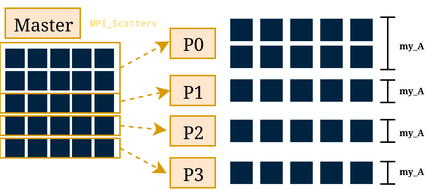
Before: docs/drawings/hpc-proj-scatterv.drawio.png, a diagram exported from draw.io (chirichexe/hpc-project). Source tidied: cells renumbered, new cells last; positions are measured from the earlier drawing's top-left corner, leaving out a move shared by most shapes.
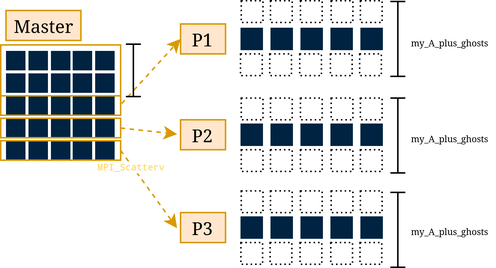
After the change.

What changed in the source:
```diff
@@ -5,101 +5,63 @@
     <mxCell id="2" style="whiteSpace=wrap;html=1;fillColor=#002341;fontColor=#ffffff;strokeColor=none;" parent="1" vertex="1">
       <mxGeometry x="33.5" y="32.5" width="13" height="13" as="geometry" />
     </mxCell>
-    <mxCell id="3" style="whiteSpace=wrap;html=1;fillColor=#002341;fontColor=#ffffff;strokeColor=none;strokeWidth=1;dashed=1;dashPattern=1 1;" parent="1" vertex="1">
-      <mxGeometry x="153.5" y="12.5" width="15" height="15" as="geometry" />
-    </mxCell>
-    <mxCell id="4" style="rounded=0;jettySize=auto;html=1;fillColor=#ffe6cc;strokeColor=#d79b00;exitX=1;exitY=0.5;exitDx=0;exitDy=0;dashed=1;entryX=-0.018;entryY=0.432;entryDx=0;entryDy=0;entryPerimeter=0;" parent="1" edge="1" target="6">
-      <mxGeometry relative="1" as="geometry">
-        <mxPoint x="80" y="45.5" as="sourcePoint" />
-      </mxGeometry>
-    </mxCell>
     <mxCell id="5" value="Master" style="rounded=0;whiteSpace=wrap;html=1;fillColor=#ffe6cc;strokeColor=#d79b00;" parent="1" vertex="1">
       <mxGeometry x="3.5" y="5.5" width="50" height="20" as="geometry" />
     </mxCell>
-    <mxCell id="6" value="P0" style="rounded=0;whiteSpace=wrap;html=1;fillColor=#ffe6cc;strokeColor=#d79b00;" parent="1" vertex="1">
-      <mxGeometry x="113.5" y="19" width="30" height="20" as="geometry" />
-    </mxCell>
     <mxCell id="7" value="P1" style="rounded=0;whiteSpace=wrap;html=1;fillColor=#ffe6cc;strokeColor=#d79b00;" parent="1" vertex="1">
-      <mxGeometry x="113.5" y="50.5" width="30" height="20" as="geometry" />
+      <mxGeometry x="120" y="14.5" width="30" height="20" as="geometry" />
     </mxCell>
     <mxCell id="8" value="P3" style="rounded=0;whiteSpace=wrap;html=1;fillColor=#ffe6cc;strokeColor=#d79b00;" parent="1" vertex="1">
-      <mxGeometry x="113.5" y="105.5" width="30" height="20" as="geometry" />
+      <mxGeometry x="120" y="140.5" width="30" height="20" as="geometry" />
     </mxCell>
     <mxCell id="9" value="P2" style="rounded=0;whiteSpace=wrap;html=1;fillColor=#ffe6cc;strokeColor=#d79b00;" parent="1" vertex="1">
-      <mxGeometry x="113.5" y="77.5" width="30" height="20" as="geometry" />
+      <mxGeometry x="120" y="78.5" width="30" height="20" as="geometry" />
     </mxCell>
-    <mxCell id="10" style="whiteSpace=wrap;html=1;fillColor=#002341;fontColor=#ffffff;strokeColor=none;strokeWidth=1;dashed=1;dashPattern=1 1;" parent="1" vertex="1">
-      <mxGeometry x="173.5" y="12.5" width="15" height="15" as="geometry" />
-    </mxCell>
-    <mxCell id="11" style="whiteSpace=wrap;html=1;fillColor=#002341;fontColor=#ffffff;strokeColor=none;strokeWidth=1;dashed=1;dashPattern=1 1;" parent="1" vertex="1">
-      <mxGeometry x="193.5" y="12.5" width="15" height="15" as="geometry" />
-    </mxCell>
-    <mxCell id="12" style="whiteSpace=wrap;html=1;fillColor=#002341;fontColor=#ffffff;strokeColor=none;strokeWidth=1;dashed=1;dashPattern=1 1;" parent="1" vertex="1">
-      <mxGeometry x="213.5" y="12.5" width="15" height="15" as="geometry" />
-    </mxCell>
-    <mxCell id="13" style="whiteSpace=wrap;html=1;fillColor=#002341;fontColor=#ffffff;strokeColor=none;strokeWidth=1;dashed=1;dashPattern=1 1;" parent="1" vertex="1">
-      <mxGeometry x="233.5" y="12.5" width="15" height="15" as="geometry" />
-    </mxCell>
     <mxCell id="14" style="whiteSpace=wrap;html=1;fillColor=#002341;fontColor=#ffffff;strokeColor=none;strokeWidth=1;dashed=1;dashPattern=1 1;" parent="1" vertex="1">
-      <mxGeometry x="153.5" y="53" width="15" height="15" as="geometry" />
+      <mxGeometry x="160" y="17" width="15" height="15" as="geometry" />
     </mxCell>
     <mxCell id="15" style="whiteSpace=wrap;html=1;fillColor=#002341;fontColor=#ffffff;strokeColor=none;strokeWidth=1;dashed=1;dashPattern=1 1;" parent="1" vertex="1">
-      <mxGeometry x="173.5" y="53" width="15" height="15" as="geometry" />
+      <mxGeometry x="180" y="17" width="15" height="15" as="geometry" />
     </mxCell>
     <mxCell id="16" style="whiteSpace=wrap;html=1;fillColor=#002341;fontColor=#ffffff;strokeColor=none;strokeWidth=1;dashed=1;dashPattern=1 1;" parent="1" vertex="1">
-      <mxGeometry x="193.5" y="53" width="15" height="15" as="geometry" />
+      <mxGeometry x="200" y="17" width="15" height="15" as="geometry" />
     </mxCell>
     <mxCell id="17" style="whiteSpace=wrap;html=1;fillColor=#002341;fontColor=#ffffff;strokeColor=none;strokeWidth=1;dashed=1;dashPattern=1 1;" parent="1" vertex="1">
-      <mxGeometry x="213.5" y="53" width="15" height="15" as="geometry" />
+      <mxGeometry x="220" y="17" width="15" height="15" as="geometry" />
     </mxCell>
     <mxCell id="18" style="whiteSpace=wrap;html=1;fillColor=#002341;fontColor=#ffffff;strokeColor=none;strokeWidth=1;dashed=1;dashPattern=1 1;" parent="1" vertex="1">
-      <mxGeometry x="233.5" y="53" width="15" height="15" as="geometry" />
+      <mxGeometry x="240" y="17" width="15" height="15" as="geometry" />
     </mxCell>
     <mxCell id="19" style="whiteSpace=wrap;html=1;fillColor=#002341;fontColor=#ffffff;strokeColor=none;strokeWidth=1;dashed=1;dashPattern=1 1;" parent="1" vertex="1">
-      <mxGeometry x="153.5" y="80" width="15" height="15" as="geometry" />
+      <mxGeometry x="160" y="81" width="15" height="15" as="geometry" />
     </mxCell>
     <mxCell id="20" style="whiteSpace=wrap;html=1;fillColor=#002341;fontColor=#ffffff;strokeColor=none;strokeWidth=1;dashed=1;dashPattern=1 1;" parent="1" vertex="1">
-      <mxGeometry x="173.5" y="80" width="15" height="15" as="geometry" />
+      <mxGeometry x="180" y="81" width="15" height="15" as="geometry" />
     </mxCell>
     <mxCell id="21" style="whiteSpace=wrap;html=1;fillColor=#002341;fontColor=#ffffff;strokeColor=none;strokeWidth=1;dashed=1;dashPattern=1 1;" parent="1" vertex="1">
-      <mxGeometry x="193.5" y="80" width="15" height="15" as="geometry" />
+      <mxGeometry x="200" y="81" width="15" height="15" as="geometry" />
     </mxCell>
     <mxCell id="22" style="whiteSpace=wrap;html=1;fillColor=#002341;fontColor=#ffffff;strokeColor=none;strokeWidth=1;dashed=1;dashPattern=1 1;" parent="1" vertex="1">
-      <mxGeometry x="213.5" y="80" width="15" height="15" as="geometry" />
+      <mxGeometry x="220" y="81" width="15" height="15" as="geometry" />
     </mxCell>
     <mxCell id="23" style="whiteSpace=wrap;html=1;fillColor=#002341;fontColor=#ffffff;strokeColor=none;strokeWidth=1;dashed=1;dashPattern=1 1;" parent="1" vertex="1">
-      <mxGeometry x="233.5" y="80" width="15" height="15" as="geometry" />
+      <mxGeometry x="240" y="81" width="15" height="15" as="geometry" />
     </mxCell>
     <mxCell id="24" style="whiteSpace=wrap;html=1;fillColor=#002341;fontColor=#ffffff;strokeColor=none;strokeWidth=1;dashed=1;dashPattern=1 1;" parent="1" vertex="1">
-      <mxGeometry x="153.5" y="108" width="15" height="15" as="geometry" />
+      <mxGeometry x="160" y="143" width="15" height="15" as="geometry" />
     </mxCell>
     <mxCell id="25" style="whiteSpace=wrap;html=1;fillColor=#002341;fontColor=#ffffff;strokeColor=none;strokeWidth=1;dashed=1;dashPattern=1 1;" parent="1" vertex="1">
-      <mxGeometry x="173.5" y="108" width="15" height="15" as="geometry" />
+      <mxGeometry x="180" y="143" width="15" height="15" as="geometry" />
     </mxCell>
     <mxCell id="26" style="whiteSpace=wrap;html=1;fillColor=#002341;fontColor=#ffffff;strokeColor=none;strokeWidth=1;dashed=1;dashPattern=1 1;" parent="1" vertex="1">
-      <mxGeometry x="193.5" y="108" width="15" height="15" as="geometry" />
+      <mxGeometry x="200" y="143" width="15" height="15" as="geometry" />
     </mxCell>
     <mxCell id="27" style="whiteSpace=wrap;html=1;fillColor=#002341;fontColor=#ffffff;strokeColor=none;strokeWidth=1;dashed=1;dashPattern=1 1;" parent="1" vertex="1">
-      <mxGeometry x="213.5" y="108" width="15" height="15" as="geometry" />
+      <mxGeometry x="220" y="143" width="15" height="15" as="geometry" />
     </mxCell>
     <mxCell id="28" style="whiteSpace=wrap;html=1;fillColor=#002341;fontColor=#ffffff;strokeColor=none;strokeWidth=1;dashed=1;dashPattern=1 1;" parent="1" vertex="1">
-      <mxGeometry x="233.5" y="108" width="15" height="15" as="geometry" />
+      <mxGeometry x="240" y="143" width="15" height="15" as="geometry" />
     </mxCell>
-    <mxCell id="29" style="whiteSpace=wrap;html=1;fillColor=#002341;fontColor=#ffffff;strokeColor=none;strokeWidth=1;dashed=1;dashPattern=1 1;" parent="1" vertex="1">
-      <mxGeometry x="153.5" y="30.5" width="15" height="15" as="geometry" />
-    </mxCell>
-    <mxCell id="30" style="whiteSpace=wrap;html=1;fillColor=#002341;fontColor=#ffffff;strokeColor=none;strokeWidth=1;dashed=1;dashPattern=1 1;" parent="1" vertex="1">
-      <mxGeometry x="173.5" y="30.5" width="15" height="15" as="geometry" />
-    </mxCell>
-    <mxCell id="31" style="whiteSpace=wrap;html=1;fillColor=#002341;fontColor=#ffffff;strokeColor=none;strokeWidth=1;dashed=1;dashPattern=1 1;" parent="1" vertex="1">
-      <mxGeometry x="193.5" y="30.5" width="15" height="15" as="geometry" />
-    </mxCell>
-    <mxCell id="32" style="whiteSpace=wrap;html=1;fillColor=#002341;fontColor=#ffffff;strokeColor=none;strokeWidth=1;dashed=1;dashPattern=1 1;" parent="1" vertex="1">
-      <mxGeometry x="213.5" y="30.5" width="15" height="15" as="geometry" />
-    </mxCell>
-    <mxCell id="33" style="whiteSpace=wrap;html=1;fillColor=#002341;fontColor=#ffffff;strokeColor=none;strokeWidth=1;dashed=1;dashPattern=1 1;" parent="1" vertex="1">
-      <mxGeometry x="233.5" y="30.5" width="15" height="15" as="geometry" />
-    </mxCell>
     <mxCell id="34" style="rounded=0;jettySize=auto;html=1;entryX=0;entryY=0.5;entryDx=0;entryDy=0;fillColor=#ffe6cc;strokeColor=#d79b00;exitX=1.009;exitY=0.397;exitDx=0;exitDy=0;dashed=1;exitPerimeter=0;" parent="1" edge="1" source="63" target="7">
       <mxGeometry relative="1" as="geometry" />
     </mxCell>
@@ -110,7 +72,7 @@
       <mxGeometry relative="1" as="geometry" />
     </mxCell>
     <mxCell id="37" value="&lt;div style=&quot;font-family: &amp;quot;Droid Sans Mono&amp;quot;, &amp;quot;monospace&amp;quot;, monospace; line-height: 19px; white-space: pre;&quot;&gt;&lt;div&gt;&lt;b style=&quot;color: rgb(215, 155, 0);&quot;&gt;&lt;font style=&quot;font-size: 6px; color: rgb(215, 155, 0);&quot;&gt;&lt;span style=&quot;background-color: light-dark(#ffffff, var(--ge-dark-color, #121212)); color: rgb(255, 217, 102);&quot;&gt;MPI_Scatterv&lt;/span&gt;&lt;/font&gt;&lt;/b&gt;&lt;/div&gt;&lt;/div&gt;" style="text;strokeColor=none;fillColor=none;align=left;verticalAlign=middle;spacingLeft=4;spacingRight=4;overflow=hidden;whiteSpace=wrap;html=1;" parent="1" vertex="1">
-      <mxGeometry x="53.5" width="60" height="27.5" as="geometry" />
+      <mxGeometry x="58.5" y="95.5" width="60" height="27.5" as="geometry" />
     </mxCell>
     <mxCell id="38" style="whiteSpace=wrap;html=1;fillColor=#002341;fontColor=#ffffff;strokeColor=none;" parent="1" vertex="1">
       <mxGeometry x="63" y="32.5" width="13" height="13" as="geometry" />
@@ -197,28 +159,115 @@
       <mxGeometry y="92.5" width="80" height="13" as="geometry" />
     </mxCell>
     <mxCell id="66" style="shape=crossbar;whiteSpace=wrap;html=1;rounded=1;direction=south;" parent="1" vertex="1">
-      <mxGeometry x="253.5" y="11.5" width="10" height="35" as="geometry" />
+      <mxGeometry x="83.5" y="28" width="10" height="35" as="geometry" />
     </mxCell>
-    <mxCell id="67" style="shape=crossbar;whiteSpace=wrap;html=1;rounded=1;direction=south;" parent="1" vertex="1">
-      <mxGeometry x="253.5" y="53.5" width="10" height="15" as="geometry" />
-    </mxCell>
-    <mxCell id="68" style="shape=crossbar;whiteSpace=wrap;html=1;rounded=1;direction=south;" parent="1" vertex="1">
-      <mxGeometry x="253.5" y="80" width="10" height="15" as="geometry" />
-    </mxCell>
     <mxCell id="69" style="shape=crossbar;whiteSpace=wrap;html=1;rounded=1;direction=south;" parent="1" vertex="1">
-      <mxGeometry x="253.5" y="108" width="10" height="15" as="geometry" />
+      <mxGeometry x="260" y="127" width="10" height="50" as="geometry" />
     </mxCell>
-    <mxCell id="70" value="&lt;font style=&quot;font-size: 6px;&quot;&gt;my_A&lt;/font&gt;" style="text;strokeColor=none;fillColor=none;html=1;fontSize=24;fontStyle=1;verticalAlign=middle;align=center;" parent="1" vertex="1">
-      <mxGeometry x="263.5" y="17.5" width="20" height="10" as="geometry" />
-    </mxCell>
-    <mxCell id="71" value="&lt;font style=&quot;font-size: 6px;&quot;&gt;my_A&lt;/font&gt;" style="text;strokeColor=none;fillColor=none;html=1;fontSize=24;fontStyle=1;verticalAlign=middle;align=center;" parent="1" vertex="1">
-      <mxGeometry x="263.5" y="47.5" width="20" height="10" as="geometry" />
-    </mxCell>
-    <mxCell id="72" value="&lt;font style=&quot;font-size: 6px;&quot;&gt;my_A&lt;/font&gt;" style="text;strokeColor=none;fillColor=none;html=1;fontSize=24;fontStyle=1;verticalAlign=middle;align=center;" parent="1" vertex="1">
-      <mxGeometry x="263.5" y="75.5" width="20" height="10" as="geometry" />
-    </mxCell>
-    <mxCell id="73" value="&lt;font style=&quot;font-size: 6px;&quot;&gt;my_A&lt;/font&gt;" style="text;strokeColor=none;fillColor=none;html=1;fontSize=24;fontStyle=1;verticalAlign=middle;align=center;" parent="1" vertex="1">
-      <mxGeometry x="263.5" y="102" width="20" height="10" as="geometry" />
-    </mxCell>
+    <mxCell id="74" style="whiteSpace=wrap;html=1;fillColor=none;fontColor=#ffffff;strokeColor=default;strokeWidth=1;dashed=1;dashPattern=1 2;" parent="1" vertex="1">
+      <mxGeometry x="160.5" y="-1" width="14.5" height="14.5" as="geometry" />
+    </mxCell>
+    <mxCell id="75" style="whiteSpace=wrap;html=1;fillColor=none;fontColor=#ffffff;strokeColor=default;strokeWidth=1;dashed=1;dashPattern=1 2;" parent="1" vertex="1">
+      <mxGeometry x="180" y="-1" width="14.5" height="14.5" as="geometry" />
+    </mxCell>
+    <mxCell id="76" style="whiteSpace=wrap;html=1;fillColor=none;fontColor=#ffffff;strokeColor=default;strokeWidth=1;dashed=1;dashPattern=1 2;" parent="1" vertex="1">
+      <mxGeometry x="200" y="-1" width="14.5" height="14.5" as="geometry" />
+    </mxCell>
+    <mxCell id="77" style="whiteSpace=wrap;html=1;fillColor=none;fontColor=#ffffff;strokeColor=default;strokeWidth=1;dashed=1;dashPattern=1 2;" parent="1" vertex="1">
+      <mxGeometry x="220.5" y="-1" width="14.5" height="14.5" as="geometry" />
+    </mxCell>
+    <mxCell id="78" style="whiteSpace=wrap;html=1;fillColor=none;fontColor=#ffffff;strokeColor=default;strokeWidth=1;dashed=1;dashPattern=1 2;" parent="1" vertex="1">
+      <mxGeometry x="240" y="-1" width="14.5" height="14.5" as="geometry" />
+    </mxCell>
+    <mxCell id="79" style="whiteSpace=wrap;html=1;fillColor=none;fontColor=#ffffff;strokeColor=default;strokeWidth=1;dashed=1;dashPattern=1 2;" parent="1" vertex="1">
+      <mxGeometry x="160" y="34.5" width="14.5" height="14.5" as="geometry" />
+    </mxCell>
+    <mxCell id="80" style="whiteSpace=wrap;html=1;fillColor=none;fontColor=#ffffff;strokeColor=default;strokeWidth=1;dashed=1;dashPattern=1 2;" parent="1" vertex="1">
+      <mxGeometry x="179.5" y="34.5" width="14.5" height="14.5" as="geometry" />
+    </mxCell>
+    <mxCell id="81" style="whiteSpace=wrap;html=1;fillColor=none;fontColor=#ffffff;strokeColor=default;strokeWidth=1;dashed=1;dashPattern=1 2;" parent="1" vertex="1">
+      <mxGeometry x="199.5" y="34.5" width="14.5" height="14.5" as="geometry" />
+    </mxCell>
+    <mxCell id="82" style="whiteSpace=wrap;html=1;fillColor=none;fontColor=#ffffff;strokeColor=default;strokeWidth=1;dashed=1;dashPattern=1 2;" parent="1" vertex="1">
+      <mxGeometry x="220" y="34.5" width="14.5" height="14.5" as="geometry" />
+    </mxCell>
+    <mxCell id="83" style="whiteSpace=wrap;html=1;fillColor=none;fontColor=#ffffff;strokeColor=default;strokeWidth=1;dashed=1;dashPattern=1 2;" parent="1" vertex="1">
+      <mxGeometry x="239.5" y="34.5" width="14.5" height="14.5" as="geometry" />
+    </mxCell>
+    <mxCell id="84" style="whiteSpace=wrap;html=1;fillColor=none;fontColor=#ffffff;strokeColor=default;strokeWidth=1;dashed=1;dashPattern=1 2;" parent="1" vertex="1">
+      <mxGeometry x="160.5" y="64" width="14.5" height="14.5" as="geometry" />
+    </mxCell>
+    <mxCell id="85" style="whiteSpace=wrap;html=1;fillColor=none;fontColor=#ffffff;strokeColor=default;strokeWidth=1;dashed=1;dashPattern=1 2;" parent="1" vertex="1">
+      <mxGeometry x="180" y="64" width="14.5" height="14.5" as="geometry" />
+    </mxCell>
+    <mxCell id="86" style="whiteSpace=wrap;html=1;fillColor=none;fontColor=#ffffff;strokeColor=default;strokeWidth=1;dashed=1;dashPattern=1 2;" parent="1" vertex="1">
+      <mxGeometry x="200" y="64" width="14.5" height="14.5" as="geometry" />
+    </mxCell>
+    <mxCell id="87" style="whiteSpace=wrap;html=1;fillColor=none;fontColor=#ffffff;strokeColor=default;strokeWidth=1;dashed=1;dashPattern=1 2;" parent="1" vertex="1">
+      <mxGeometry x="220.5" y="64" width="14.5" height="14.5" as="geometry" />
+    </mxCell>
+    <mxCell id="88" style="whiteSpace=wrap;html=1;fillColor=none;fontColor=#ffffff;strokeColor=default;strokeWidth=1;dashed=1;dashPattern=1 2;" parent="1" vertex="1">
+      <mxGeometry x="240" y="64" width="14.5" height="14.5" as="geometry" />
+    </mxCell>
+    <mxCell id="89" style="whiteSpace=wrap;html=1;fillColor=none;fontColor=#ffffff;strokeColor=default;strokeWidth=1;dashed=1;dashPattern=1 2;" parent="1" vertex="1">
+      <mxGeometry x="160.5" y="98.5" width="14.5" height="14.5" as="geometry" />
+    </mxCell>
+    <mxCell id="90" style="whiteSpace=wrap;html=1;fillColor=none;fontColor=#ffffff;strokeColor=default;strokeWidth=1;dashed=1;dashPattern=1 2;" parent="1" vertex="1">
+      <mxGeometry x="180" y="98.5" width="14.5" height="14.5" as="geometry" />
+    </mxCell>
+    <mxCell id="91" style="whiteSpace=wrap;html=1;fillColor=none;fontColor=#ffffff;strokeColor=default;strokeWidth=1;dashed=1;dashPattern=1 2;" parent="1" vertex="1">
+      <mxGeometry x="200" y="98.5" width="14.5" height="14.5" as="geometry" />
+    </mxCell>
+    <mxCell id="92" style="whiteSpace=wrap;html=1;fillColor=none;fontColor=#ffffff;strokeColor=default;strokeWidth=1;dashed=1;dashPattern=1 2;" parent="1" vertex="1">
+      <mxGeometry x="220.5" y="98.5" width="14.5" height="14.5" as="geometry" />
+    </mxCell>
+    <mxCell id="93" style="whiteSpace=wrap;html=1;fillColor=none;fontColor=#ffffff;strokeColor=default;strokeWidth=1;dashed=1;dashPattern=1 2;" parent="1" vertex="1">
+      <mxGeometry x="240" y="98.5" width="14.5" height="14.5" as="geometry" />
+    </mxCell>
+    <mxCell id="94" style="whiteSpace=wrap;html=1;fillColor=none;fontColor=#ffffff;strokeColor=default;strokeWidth=1;dashed=1;dashPattern=1 2;" parent="1" vertex="1">
+      <mxGeometry x="160.5" y="126" width="14.5" height="14.5" as="geometry" />
+    </mxCell>
+    <mxCell id="95" style="whiteSpace=wrap;html=1;fillColor=none;fontColor=#ffffff;strokeColor=default;strokeWidth=1;dashed=1;dashPattern=1 2;" parent="1" vertex="1">
+      <mxGeometry x="180" y="126" width="14.5" height="14.5" as="geometry" />
+    </mxCell>
+    <mxCell id="96" style="whiteSpace=wrap;html=1;fillColor=none;fontColor=#ffffff;strokeColor=default;strokeWidth=1;dashed=1;dashPattern=1 2;" parent="1" vertex="1">
+      <mxGeometry x="200" y="126" width="14.5" height="14.5" as="geometry" />
+    </mxCell>
+    <mxCell id="97" style="whiteSpace=wrap;html=1;fillColor=none;fontColor=#ffffff;strokeColor=default;strokeWidth=1;dashed=1;dashPattern=1 2;" parent="1" vertex="1">
+      <mxGeometry x="220.5" y="126" width="14.5" height="14.5" as="geometry" />
+    </mxCell>
+    <mxCell id="98" style="whiteSpace=wrap;html=1;fillColor=none;fontColor=#ffffff;strokeColor=default;strokeWidth=1;dashed=1;dashPattern=1 2;" parent="1" vertex="1">
+      <mxGeometry x="240" y="126" width="14.5" height="14.5" as="geometry" />
+    </mxCell>
+    <mxCell id="99" style="whiteSpace=wrap;html=1;fillColor=none;fontColor=#ffffff;strokeColor=default;strokeWidth=1;dashed=1;dashPattern=1 2;" parent="1" vertex="1">
+      <mxGeometry x="160.2" y="160.5" width="14.5" height="14.5" as="geometry" />
+    </mxCell>
+    <mxCell id="100" style="whiteSpace=wrap;html=1;fillColor=none;fontColor=#ffffff;strokeColor=default;strokeWidth=1;dashed=1;dashPattern=1 2;" parent="1" vertex="1">
+      <mxGeometry x="179.8" y="160.5" width="14.5" height="14.5" as="geometry" />
+    </mxCell>
+    <mxCell id="101" style="whiteSpace=wrap;html=1;fillColor=none;fontColor=#ffffff;strokeColor=default;strokeWidth=1;dashed=1;dashPattern=1 2;" parent="1" vertex="1">
+      <mxGeometry x="199.8" y="160.5" width="14.5" height="14.5" as="geometry" />
+    </mxCell>
+    <mxCell id="102" style="whiteSpace=wrap;html=1;fillColor=none;fontColor=#ffffff;strokeColor=default;strokeWidth=1;dashed=1;dashPattern=1 2;" parent="1" vertex="1">
+      <mxGeometry x="220.2" y="160.5" width="14.5" height="14.5" as="geometry" />
+    </mxCell>
+    <mxCell id="103" style="whiteSpace=wrap;html=1;fillColor=none;fontColor=#ffffff;strokeColor=default;strokeWidth=1;dashed=1;dashPattern=1 2;" parent="1" vertex="1">
+      <mxGeometry x="239.8" y="160.5" width="14.5" height="14.5" as="geometry" />
+    </mxCell>
+    <mxCell id="104" value="&lt;font style=&quot;font-size: 6px;&quot;&gt;&lt;span style=&quot;color: light-dark(rgb(0, 0, 0), rgb(153, 0, 0));&quot;&gt;my_A_plus_ghosts&lt;/span&gt;&lt;/font&gt;" style="text;html=1;whiteSpace=wrap;strokeColor=none;fillColor=none;align=center;verticalAlign=middle;rounded=0;" parent="1" vertex="1">
+      <mxGeometry x="270" y="20" width="60" height="10" as="geometry" />
+    </mxCell>
+    <mxCell id="105" value="&lt;font style=&quot;font-size: 6px;&quot;&gt;&lt;span style=&quot;color: light-dark(rgb(0, 0, 0), rgb(153, 0, 0));&quot;&gt;my_A_plus_ghosts&lt;/span&gt;&lt;/font&gt;" style="text;html=1;whiteSpace=wrap;strokeColor=none;fillColor=none;align=center;verticalAlign=middle;rounded=0;" parent="1" vertex="1">
+      <mxGeometry x="270" y="83.5" width="60" height="10" as="geometry" />
+    </mxCell>
+    <mxCell id="106" value="&lt;font style=&quot;font-size: 6px;&quot;&gt;&lt;span style=&quot;color: light-dark(rgb(0, 0, 0), rgb(153, 0, 0));&quot;&gt;my_A_plus_ghosts&lt;/span&gt;&lt;/font&gt;" style="text;html=1;whiteSpace=wrap;strokeColor=none;fillColor=none;align=center;verticalAlign=middle;rounded=0;" parent="1" vertex="1">
+      <mxGeometry x="270" y="145.5" width="60" height="10" as="geometry" />
+    </mxCell>
+    <mxCell id="107" style="shape=crossbar;whiteSpace=wrap;html=1;rounded=1;direction=south;" parent="1" vertex="1">
+      <mxGeometry x="260" y="64" width="10" height="50" as="geometry" />
+    </mxCell>
+    <mxCell id="108" style="shape=crossbar;whiteSpace=wrap;html=1;rounded=1;direction=south;" parent="1" vertex="1">
+      <mxGeometry x="260" y="-0.5" width="10" height="50" as="geometry" />
+    </mxCell>
   </root>
 </mxGraphModel>
```
